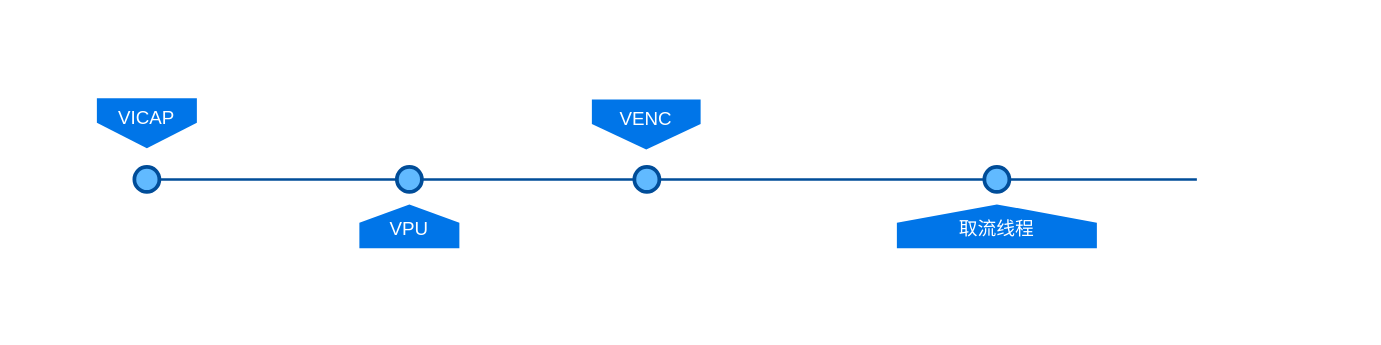
The draw.io diagram 未命名绘图.drawio in joliet0l/Diagram, before the edit. Source tidied: cells renumbered, new cells numbered last; positions are measured from the earlier drawing's top-left corner, leaving out a move shared by most shapes. Both pictures are drawn from the tidied source at 125%, with x=0, y=0 at pixel (96, 98).
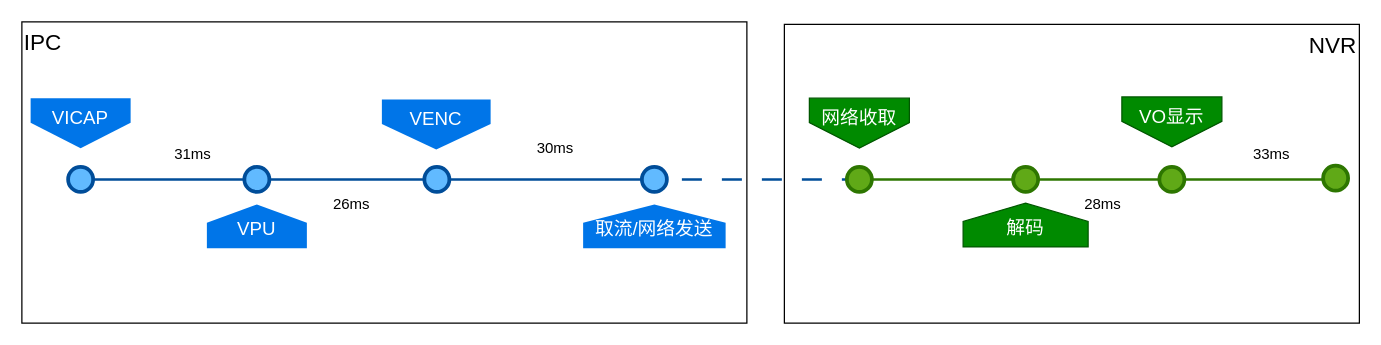
Above is the later version.

Commit message (it also covers changes not shown here):
更新未命名绘图.drawio

The edit, as a diff of the source:
```diff
@@
+    <mxCell id="11" value="NVR" style="rounded=0;whiteSpace=wrap;html=1;align=right;verticalAlign=top;fontSize=18;" parent="1" vertex="1">
+      <mxGeometry x="550" y="-59" width="460" height="239" as="geometry" />
+    </mxCell>
+    <mxCell id="12" value="IPC" style="rounded=0;whiteSpace=wrap;html=1;verticalAlign=top;align=left;fontSize=18;" parent="1" vertex="1">
+      <mxGeometry x="-60" y="-61" width="580" height="241" as="geometry" />
+    </mxCell>
+    <mxCell id="13" style="line;strokeWidth=2;html=1;fillColor=none;fontSize=28;fontColor=#004D99;strokeColor=#004D99;dashed=1;dashPattern=8 8;" parent="1" vertex="1">
+      <mxGeometry x="436" y="60" width="174" height="10" as="geometry" />
+    </mxCell>
+    <mxCell id="14" style="line;strokeWidth=2;html=1;fillColor=#60a917;fontSize=28;fontColor=#ffffff;strokeColor=#2D7600;" parent="1" vertex="1">
+      <mxGeometry x="610" y="60" width="390" height="10" as="geometry" />
+    </mxCell>
     <mxCell id="2" style="line;strokeWidth=2;html=1;fillColor=none;fontSize=28;fontColor=#004D99;strokeColor=#004D99;" parent="1" vertex="1">
-      <mxGeometry x="40" y="60" width="840" height="10" as="geometry" />
+      <mxGeometry x="-13" y="60" width="463" height="10" as="geometry" />
     </mxCell>
     <mxCell id="3" value="VICAP" style="shape=offPageConnector;whiteSpace=wrap;html=1;fillColor=#0075E8;fontSize=15;fontColor=#FFFFFF;size=0.5093750000000015;verticalAlign=top;strokeColor=none;" parent="1" vertex="1">
-      <mxGeometry width="80" height="40" as="geometry" />
+      <mxGeometry x="-53" width="80" height="40" as="geometry" />
     </mxCell>
     <mxCell id="4" value="VENC" style="shape=offPageConnector;whiteSpace=wrap;html=1;fillColor=#0075E8;fontSize=15;fontColor=#FFFFFF;size=0.5093750000000015;verticalAlign=top;strokeColor=none;" parent="1" vertex="1">
-      <mxGeometry x="396" y="1" width="87" height="40" as="geometry" />
+      <mxGeometry x="228" y="1" width="87" height="40" as="geometry" />
     </mxCell>
     <mxCell id="5" value="VPU" style="shape=offPageConnector;whiteSpace=wrap;html=1;fillColor=#0075E8;fontSize=15;fontColor=#FFFFFF;size=0.4178571428571445;flipV=1;verticalAlign=bottom;strokeColor=none;spacingBottom=4;" parent="1" vertex="1">
-      <mxGeometry x="210" y="85" width="80" height="35" as="geometry" />
+      <mxGeometry x="88" y="85" width="80" height="35" as="geometry" />
     </mxCell>
-    <mxCell id="6" value="取流线程" style="shape=offPageConnector;whiteSpace=wrap;html=1;fillColor=#0075E8;fontSize=15;fontColor=#FFFFFF;size=0.4178571428571445;flipV=1;verticalAlign=bottom;strokeColor=none;spacingBottom=4;" parent="1" vertex="1">
-      <mxGeometry x="640" y="85" width="160" height="35" as="geometry" />
+    <mxCell id="6" value="取流/网络发送" style="shape=offPageConnector;whiteSpace=wrap;html=1;fillColor=#0075E8;fontSize=15;fontColor=#FFFFFF;size=0.4178571428571445;flipV=1;verticalAlign=bottom;strokeColor=none;spacingBottom=4;" parent="1" vertex="1">
+      <mxGeometry x="389" y="85" width="114" height="35" as="geometry" />
     </mxCell>
     <mxCell id="7" style="ellipse;whiteSpace=wrap;html=1;fillColor=#61BAFF;fontSize=28;fontColor=#004D99;strokeWidth=3;strokeColor=#004D99;" parent="1" vertex="1">
-      <mxGeometry x="30" y="55" width="20" height="20" as="geometry" />
+      <mxGeometry x="-23" y="55" width="20" height="20" as="geometry" />
     </mxCell>
     <mxCell id="8" style="ellipse;whiteSpace=wrap;html=1;fillColor=#61BAFF;fontSize=28;fontColor=#004D99;strokeWidth=3;strokeColor=#004D99;" parent="1" vertex="1">
-      <mxGeometry x="240" y="55" width="20" height="20" as="geometry" />
+      <mxGeometry x="118" y="55" width="20" height="20" as="geometry" />
     </mxCell>
     <mxCell id="9" style="ellipse;whiteSpace=wrap;html=1;fillColor=#61BAFF;fontSize=28;fontColor=#004D99;strokeWidth=3;strokeColor=#004D99;" parent="1" vertex="1">
-      <mxGeometry x="430" y="55" width="20" height="20" as="geometry" />
+      <mxGeometry x="262" y="55" width="20" height="20" as="geometry" />
     </mxCell>
     <mxCell id="10" style="ellipse;whiteSpace=wrap;html=1;fillColor=#61BAFF;fontSize=28;fontColor=#004D99;strokeWidth=3;strokeColor=#004D99;" parent="1" vertex="1">
-      <mxGeometry x="710" y="55" width="20" height="20" as="geometry" />
+      <mxGeometry x="436" y="55" width="20" height="20" as="geometry" />
     </mxCell>
+    <mxCell id="15" value="31ms" style="text;html=1;whiteSpace=wrap;strokeColor=none;fillColor=none;align=center;verticalAlign=middle;rounded=0;" parent="1" vertex="1">
+      <mxGeometry x="47" y="30" width="60" height="30" as="geometry" />
+    </mxCell>
+    <mxCell id="16" value="26ms" style="text;html=1;whiteSpace=wrap;strokeColor=none;fillColor=none;align=center;verticalAlign=middle;rounded=0;" parent="1" vertex="1">
+      <mxGeometry x="174" y="70" width="60" height="30" as="geometry" />
+    </mxCell>
+    <mxCell id="17" value="30ms" style="text;html=1;whiteSpace=wrap;strokeColor=none;fillColor=none;align=center;verticalAlign=middle;rounded=0;" parent="1" vertex="1">
+      <mxGeometry x="337" y="25" width="60" height="30" as="geometry" />
+    </mxCell>
+    <mxCell id="18" value="网络收取" style="shape=offPageConnector;whiteSpace=wrap;html=1;fillColor=#008a00;fontSize=15;fontColor=#ffffff;size=0.5093750000000015;verticalAlign=top;strokeColor=#005700;" parent="1" vertex="1">
+      <mxGeometry x="570" width="80" height="40" as="geometry" />
+    </mxCell>
+    <mxCell id="19" style="ellipse;whiteSpace=wrap;html=1;fillColor=#60a917;fontSize=28;fontColor=#ffffff;strokeWidth=3;strokeColor=#2D7600;" parent="1" vertex="1">
+      <mxGeometry x="600" y="55" width="20" height="20" as="geometry" />
+    </mxCell>
+    <mxCell id="20" value="解码" style="shape=offPageConnector;whiteSpace=wrap;html=1;fillColor=#008a00;fontSize=15;fontColor=#ffffff;size=0.4178571428571445;flipV=1;verticalAlign=bottom;strokeColor=#005700;spacingBottom=4;" parent="1" vertex="1">
+      <mxGeometry x="693" y="84" width="100" height="35" as="geometry" />
+    </mxCell>
+    <mxCell id="21" style="ellipse;whiteSpace=wrap;html=1;fillColor=#60a917;fontSize=28;fontColor=#ffffff;strokeWidth=3;strokeColor=#2D7600;" parent="1" vertex="1">
+      <mxGeometry x="733" y="55" width="20" height="20" as="geometry" />
+    </mxCell>
+    <mxCell id="22" value="VO显示" style="shape=offPageConnector;whiteSpace=wrap;html=1;fillColor=#008a00;fontSize=15;fontColor=#ffffff;size=0.5093750000000015;verticalAlign=top;strokeColor=#005700;" parent="1" vertex="1">
+      <mxGeometry x="820" y="-1" width="80" height="40" as="geometry" />
+    </mxCell>
+    <mxCell id="23" style="ellipse;whiteSpace=wrap;html=1;fillColor=#60a917;fontSize=28;fontColor=#ffffff;strokeWidth=3;strokeColor=#2D7600;" parent="1" vertex="1">
+      <mxGeometry x="850" y="55" width="20" height="20" as="geometry" />
+    </mxCell>
+    <mxCell id="24" value="28ms" style="text;html=1;whiteSpace=wrap;strokeColor=none;fillColor=none;align=center;verticalAlign=middle;rounded=0;" parent="1" vertex="1">
+      <mxGeometry x="775" y="70" width="60" height="30" as="geometry" />
+    </mxCell>
+    <mxCell id="25" value="33ms" style="text;html=1;whiteSpace=wrap;strokeColor=none;fillColor=none;align=center;verticalAlign=middle;rounded=0;" parent="1" vertex="1">
+      <mxGeometry x="910" y="30" width="60" height="30" as="geometry" />
+    </mxCell>
+    <mxCell id="26" style="ellipse;whiteSpace=wrap;html=1;fillColor=#60a917;fontSize=28;fontColor=#ffffff;strokeWidth=3;strokeColor=#2D7600;" parent="1" vertex="1">
+      <mxGeometry x="981" y="54" width="20" height="20" as="geometry" />
+    </mxCell>
```
